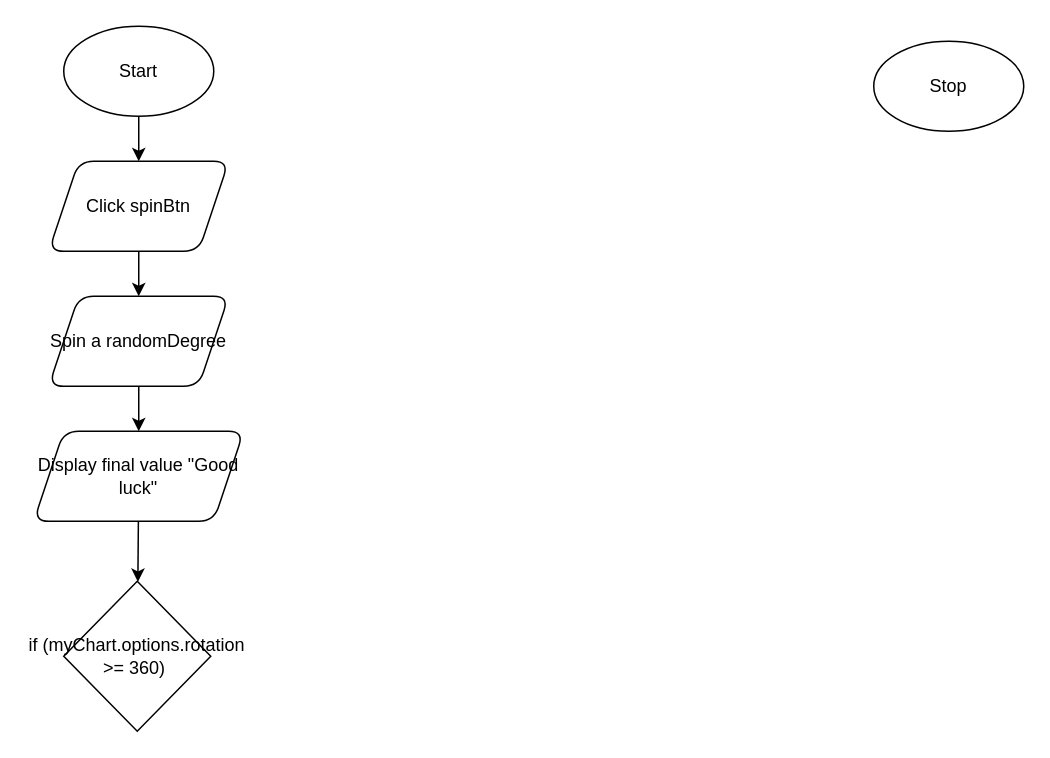
MTHS-ICD2O-1-2023/ICD2O-1-2023-Final-Project-Giordan-Zeina-Nathan-De-Silva keeps this draw.io diagram as design/flowchart.drawio. Above is the earlier version. Source tidied: cells renumbered, new cells numbered last; positions are measured from the earlier drawing's top-left corner, leaving out a move shared by most shapes. Both pictures are drawn from the tidied source at 150%, with x=0, y=0 at pixel (33, 26).
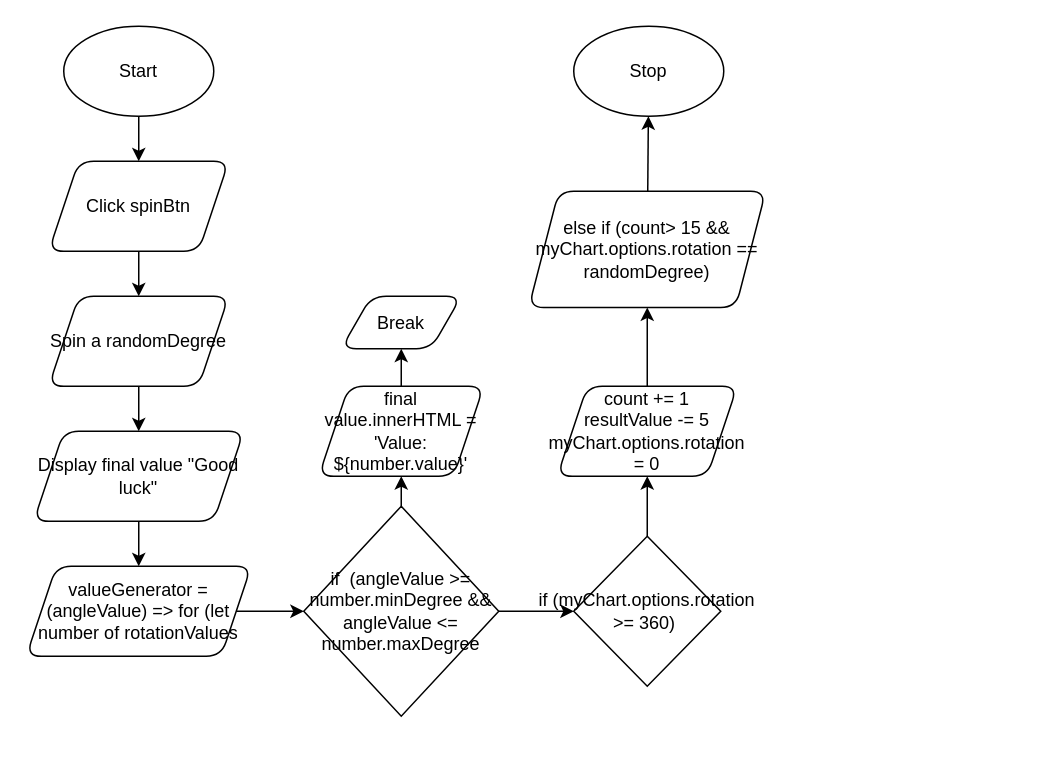
The same page after the edit.

Commit message (it also covers changes not shown here):
created flowchart wink*

The edit, as a diff of the source:
```diff
@@
     <mxCell id="4" value="Stop" style="ellipse;whiteSpace=wrap;html=1;" parent="1" vertex="1">
-      <mxGeometry x="560" y="10" width="100" height="60" as="geometry" />
+      <mxGeometry x="360" width="100" height="60" as="geometry" />
     </mxCell>
@@
+    <mxCell id="12" style="edgeStyle=none;html=1;" parent="1" edge="1" source="10" target="9">
+      <mxGeometry relative="1" as="geometry" />
+    </mxCell>
+    <mxCell id="10" value="Display final value &quot;Good luck&quot;" style="shape=parallelogram;perimeter=parallelogramPerimeter;whiteSpace=wrap;html=1;fixedSize=1;rounded=1;" parent="1" vertex="1">
+      <mxGeometry y="270" width="140" height="60" as="geometry" />
+    </mxCell>
+    <mxCell id="13" style="edgeStyle=none;html=1;entryX=0.5;entryY=1;entryDx=0;entryDy=0;" parent="1" edge="1" source="11" target="22">
+      <mxGeometry relative="1" as="geometry" />
+    </mxCell>
+    <mxCell id="11" value="if&amp;nbsp;(myChart.options.rotation &amp;gt;= 360)&amp;nbsp;" style="rhombus;whiteSpace=wrap;html=1;rounded=0;" parent="1" vertex="1">
+      <mxGeometry x="360" y="340" width="98" height="100" as="geometry" />
+    </mxCell>
+    <mxCell id="14" style="edgeStyle=none;html=1;" parent="1" edge="1" source="9" target="17">
+      <mxGeometry relative="1" as="geometry" />
+    </mxCell>
-    <mxCell id="9" style="edgeStyle=none;html=1;" parent="1" edge="1" source="10" target="11">
-      <mxGeometry relative="1" as="geometry" />
+    <mxCell id="9" value="valueGenerator = (angleValue) =&amp;gt; for (let number of rotationValues" style="shape=parallelogram;perimeter=parallelogramPerimeter;whiteSpace=wrap;html=1;fixedSize=1;rounded=1;" parent="1" vertex="1">
+      <mxGeometry x="-5" y="360" width="150" height="60" as="geometry" />
     </mxCell>
-    <mxCell id="10" value="Display final value &quot;Good luck&quot;" style="shape=parallelogram;perimeter=parallelogramPerimeter;whiteSpace=wrap;html=1;fixedSize=1;rounded=1;" parent="1" vertex="1">
-      <mxGeometry y="270" width="140" height="60" as="geometry" />
-    </mxCell>
-    <mxCell id="11" value="if&amp;nbsp;(myChart.options.rotation &amp;gt;= 360)&amp;nbsp;" style="rhombus;whiteSpace=wrap;html=1;rounded=0;" parent="1" vertex="1">
-      <mxGeometry x="20" y="370" width="98" height="100" as="geometry" />
-    </mxCell>
+    <mxCell id="15" style="edgeStyle=none;html=1;" parent="1" edge="1" source="17" target="19">
+      <mxGeometry relative="1" as="geometry" />
+    </mxCell>
+    <mxCell id="16" style="edgeStyle=none;html=1;entryX=0;entryY=0.5;entryDx=0;entryDy=0;" parent="1" edge="1" source="17" target="11">
+      <mxGeometry relative="1" as="geometry" />
+    </mxCell>
+    <mxCell id="17" value="if&amp;nbsp; (angleValue &amp;gt;= number.minDegree &amp;amp;&amp;amp; angleValue &amp;lt;= number.maxDegree" style="rhombus;whiteSpace=wrap;html=1;" parent="1" vertex="1">
+      <mxGeometry x="180" y="320" width="130" height="140" as="geometry" />
+    </mxCell>
+    <mxCell id="18" style="edgeStyle=none;html=1;" parent="1" edge="1" source="19" target="20">
+      <mxGeometry relative="1" as="geometry" />
+    </mxCell>
+    <mxCell id="19" value="final value.innerHTML = 'Value: ${number.value}'" style="shape=parallelogram;perimeter=parallelogramPerimeter;whiteSpace=wrap;html=1;fixedSize=1;rounded=1;" parent="1" vertex="1">
+      <mxGeometry x="190" y="240" width="110" height="60" as="geometry" />
+    </mxCell>
+    <mxCell id="20" value="Break" style="shape=parallelogram;perimeter=parallelogramPerimeter;whiteSpace=wrap;html=1;fixedSize=1;rounded=1;" parent="1" vertex="1">
+      <mxGeometry x="205" y="180" width="80" height="35" as="geometry" />
+    </mxCell>
+    <mxCell id="21" style="edgeStyle=none;html=1;entryX=0.5;entryY=1;entryDx=0;entryDy=0;" parent="1" edge="1" source="22" target="24">
+      <mxGeometry relative="1" as="geometry" />
+    </mxCell>
+    <mxCell id="22" value="count += 1&lt;br&gt;resultValue -= 5&lt;br&gt;myChart.options.rotation = 0" style="shape=parallelogram;perimeter=parallelogramPerimeter;whiteSpace=wrap;html=1;fixedSize=1;rounded=1;" parent="1" vertex="1">
+      <mxGeometry x="349" y="240" width="120" height="60" as="geometry" />
+    </mxCell>
+    <mxCell id="23" style="edgeStyle=none;html=1;" parent="1" edge="1" source="24" target="4">
+      <mxGeometry relative="1" as="geometry" />
+    </mxCell>
+    <mxCell id="24" value="else if (count&amp;gt; 15 &amp;amp;&amp;amp; myChart.options.rotation == randomDegree)" style="shape=parallelogram;perimeter=parallelogramPerimeter;whiteSpace=wrap;html=1;fixedSize=1;rounded=1;" parent="1" vertex="1">
+      <mxGeometry x="330" y="110" width="158" height="77.5" as="geometry" />
+    </mxCell>
```
